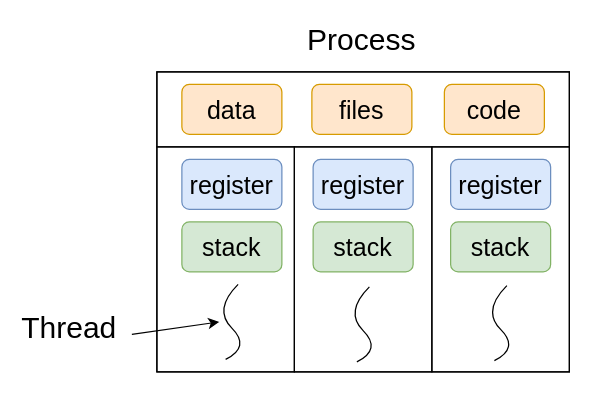
godaai/scale-py-zh keeps this draw.io diagram as drawio/ch-intro/process-thread.drawio. Above is the earlier version. Source tidied: cells renumbered, new cells numbered last; positions are measured from the earlier drawing's top-left corner, leaving out a move shared by most shapes. Both pictures are drawn from the tidied source at 125%, with x=0, y=0 at pixel (31, 21).
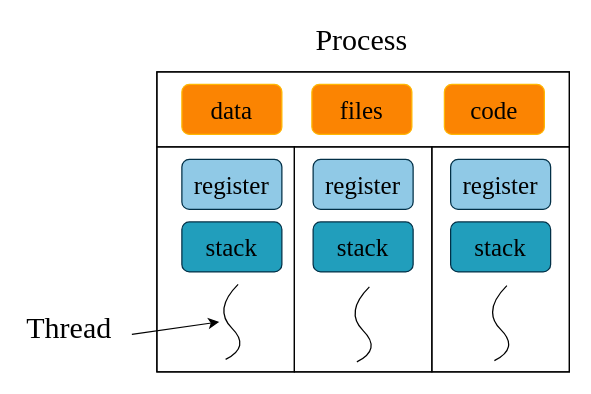
The same page after the edit.

Change to the diagram source:
```diff
@@
-    <mxCell id="2" style="rounded=0;whiteSpace=wrap;html=1;fontSize=18;fillColor=none;" parent="1" vertex="1">
+    <mxCell id="2" style="rounded=0;whiteSpace=wrap;html=1;fontSize=18;fillColor=none;fontFamily=Times New Roman;" parent="1" vertex="1">
       <mxGeometry x="320" y="100" width="110" height="180" as="geometry" />
     </mxCell>
-    <mxCell id="3" style="rounded=0;whiteSpace=wrap;html=1;fontSize=18;fillColor=none;" parent="1" vertex="1">
+    <mxCell id="3" style="rounded=0;whiteSpace=wrap;html=1;fontSize=18;fillColor=none;fontFamily=Times New Roman;" parent="1" vertex="1">
       <mxGeometry x="100" y="100" width="110" height="180" as="geometry" />
     </mxCell>
-    <mxCell id="4" style="rounded=0;whiteSpace=wrap;html=1;fillColor=none;" parent="1" vertex="1">
+    <mxCell id="4" style="rounded=0;whiteSpace=wrap;html=1;fillColor=none;fontFamily=Times New Roman;" parent="1" vertex="1">
       <mxGeometry x="100" y="40" width="330" height="240" as="geometry" />
     </mxCell>
-    <mxCell id="5" style="rounded=0;whiteSpace=wrap;html=1;fillColor=none;" parent="1" vertex="1">
+    <mxCell id="5" style="rounded=0;whiteSpace=wrap;html=1;fillColor=none;fontFamily=Times New Roman;" parent="1" vertex="1">
       <mxGeometry x="100" y="40" width="330" height="60" as="geometry" />
     </mxCell>
-    <mxCell id="6" value="data" style="rounded=1;whiteSpace=wrap;html=1;fillColor=#ffe6cc;strokeColor=#d79b00;fontSize=20;" parent="1" vertex="1">
+    <mxCell id="6" value="data" style="rounded=1;whiteSpace=wrap;html=1;fillColor=#FB8402;strokeColor=#FFB703;fontSize=20;fontFamily=Times New Roman;" parent="1" vertex="1">
       <mxGeometry x="120" y="50" width="80" height="40" as="geometry" />
     </mxCell>
-    <mxCell id="7" value="files" style="rounded=1;whiteSpace=wrap;html=1;fillColor=#ffe6cc;strokeColor=#d79b00;fontSize=20;" parent="1" vertex="1">
+    <mxCell id="7" value="files" style="rounded=1;whiteSpace=wrap;html=1;fillColor=#FB8402;strokeColor=#FFB703;fontSize=20;fontFamily=Times New Roman;" parent="1" vertex="1">
       <mxGeometry x="224" y="50" width="80" height="40" as="geometry" />
     </mxCell>
-    <mxCell id="8" style="curved=1;endArrow=none;html=1;rounded=0;fontSize=18;endFill=0;" parent="1" edge="1">
+    <mxCell id="8" style="curved=1;endArrow=none;html=1;rounded=0;fontSize=18;endFill=0;fontFamily=Times New Roman;" parent="1" edge="1">
       <mxGeometry x="0.7" y="-14" relative="1" as="geometry">
         <mxPoint x="155" y="270" as="sourcePoint" />
         <mxPoint x="165" y="210" as="targetPoint" />
         <Array as="points">
           <mxPoint x="175" y="260" />
           <mxPoint x="145" y="230" />
         </Array>
       </mxGeometry>
     </mxCell>
-    <mxCell id="9" value="code" style="rounded=1;whiteSpace=wrap;html=1;fillColor=#ffe6cc;strokeColor=#d79b00;fontSize=20;" parent="1" vertex="1">
+    <mxCell id="9" value="code" style="rounded=1;whiteSpace=wrap;html=1;fillColor=#FB8402;strokeColor=#FFB703;fontSize=20;fontFamily=Times New Roman;" parent="1" vertex="1">
       <mxGeometry x="330" y="50" width="80" height="40" as="geometry" />
     </mxCell>
-    <mxCell id="10" style="rounded=0;whiteSpace=wrap;html=1;fontSize=18;fillColor=none;" parent="1" vertex="1">
+    <mxCell id="10" style="rounded=0;whiteSpace=wrap;html=1;fontSize=18;fillColor=none;fontFamily=Times New Roman;" parent="1" vertex="1">
       <mxGeometry x="210" y="100" width="110" height="180" as="geometry" />
     </mxCell>
-    <mxCell id="11" style="curved=1;endArrow=none;html=1;rounded=0;fontSize=18;endFill=0;" parent="1" edge="1">
+    <mxCell id="11" style="curved=1;endArrow=none;html=1;rounded=0;fontSize=18;endFill=0;fontFamily=Times New Roman;" parent="1" edge="1">
       <mxGeometry x="0.59" y="-6" relative="1" as="geometry">
         <mxPoint x="260" y="272" as="sourcePoint" />
         <mxPoint x="270" y="212" as="targetPoint" />
         <Array as="points">
           <mxPoint x="280" y="262" />
           <mxPoint x="250" y="232" />
         </Array>
       </mxGeometry>
     </mxCell>
-    <mxCell id="12" style="curved=1;endArrow=none;html=1;rounded=0;fontSize=18;endFill=0;" parent="1" edge="1">
+    <mxCell id="12" style="curved=1;endArrow=none;html=1;rounded=0;fontSize=18;endFill=0;fontFamily=Times New Roman;" parent="1" edge="1">
       <mxGeometry x="0.77" y="-18" relative="1" as="geometry">
         <mxPoint x="370" y="271" as="sourcePoint" />
         <mxPoint x="380" y="211" as="targetPoint" />
         <Array as="points">
           <mxPoint x="390" y="261" />
           <mxPoint x="360" y="231" />
         </Array>
       </mxGeometry>
     </mxCell>
-    <mxCell id="13" value="register" style="rounded=1;whiteSpace=wrap;html=1;fontSize=20;fillColor=#dae8fc;strokeColor=#6c8ebf;" parent="1" vertex="1">
+    <mxCell id="13" value="register" style="rounded=1;whiteSpace=wrap;html=1;fontSize=20;fillColor=#90C9E6;strokeColor=#023047;fontFamily=Times New Roman;" parent="1" vertex="1">
       <mxGeometry x="120" y="110" width="80" height="40" as="geometry" />
     </mxCell>
-    <mxCell id="14" value="register" style="rounded=1;whiteSpace=wrap;html=1;fontSize=20;fillColor=#dae8fc;strokeColor=#6c8ebf;" parent="1" vertex="1">
+    <mxCell id="14" value="register" style="rounded=1;whiteSpace=wrap;html=1;fontSize=20;fillColor=#90C9E6;strokeColor=#023047;fontFamily=Times New Roman;" parent="1" vertex="1">
       <mxGeometry x="225" y="110" width="80" height="40" as="geometry" />
     </mxCell>
-    <mxCell id="15" value="register" style="rounded=1;whiteSpace=wrap;html=1;fontSize=20;fillColor=#dae8fc;strokeColor=#6c8ebf;" parent="1" vertex="1">
+    <mxCell id="15" value="register" style="rounded=1;whiteSpace=wrap;html=1;fontSize=20;fillColor=#90C9E6;strokeColor=#023047;fontFamily=Times New Roman;" parent="1" vertex="1">
       <mxGeometry x="335" y="110" width="80" height="40" as="geometry" />
     </mxCell>
-    <mxCell id="16" value="stack" style="rounded=1;whiteSpace=wrap;html=1;fontSize=20;fillColor=#d5e8d4;strokeColor=#82b366;" parent="1" vertex="1">
+    <mxCell id="16" value="stack" style="rounded=1;whiteSpace=wrap;html=1;fontSize=20;fillColor=#219EBC;strokeColor=#023047;fontFamily=Times New Roman;" parent="1" vertex="1">
       <mxGeometry x="120" y="160" width="80" height="40" as="geometry" />
     </mxCell>
-    <mxCell id="17" value="stack" style="rounded=1;whiteSpace=wrap;html=1;fontSize=20;fillColor=#d5e8d4;strokeColor=#82b366;" parent="1" vertex="1">
+    <mxCell id="17" value="stack" style="rounded=1;whiteSpace=wrap;html=1;fontSize=20;fillColor=#219EBC;strokeColor=#023047;fontFamily=Times New Roman;" parent="1" vertex="1">
       <mxGeometry x="225" y="160" width="80" height="40" as="geometry" />
     </mxCell>
-    <mxCell id="18" value="stack" style="rounded=1;whiteSpace=wrap;html=1;fontSize=20;fillColor=#d5e8d4;strokeColor=#82b366;" parent="1" vertex="1">
+    <mxCell id="18" value="stack" style="rounded=1;whiteSpace=wrap;html=1;fontSize=20;fillColor=#219EBC;strokeColor=#023047;fontFamily=Times New Roman;" parent="1" vertex="1">
       <mxGeometry x="335" y="160" width="80" height="40" as="geometry" />
     </mxCell>
-    <mxCell id="19" style="endArrow=classic;html=1;rounded=0;fontSize=18;" parent="1" edge="1">
+    <mxCell id="19" style="endArrow=classic;html=1;rounded=0;fontSize=18;fontFamily=Times New Roman;" parent="1" edge="1">
       <mxGeometry relative="1" as="geometry">
         <mxPoint x="80" y="250" as="sourcePoint" />
         <mxPoint x="150" y="240" as="targetPoint" />
       </mxGeometry>
     </mxCell>
-    <mxCell id="20" value="Thread" style="text;html=1;strokeColor=none;fillColor=none;align=center;verticalAlign=middle;whiteSpace=wrap;rounded=0;fontSize=24;" parent="1" vertex="1">
+    <mxCell id="20" value="Thread" style="text;html=1;strokeColor=none;fillColor=none;align=center;verticalAlign=middle;whiteSpace=wrap;rounded=0;fontSize=24;fontFamily=Times New Roman;" parent="1" vertex="1">
       <mxGeometry y="230" width="60" height="30" as="geometry" />
     </mxCell>
-    <mxCell id="21" value="Process" style="text;html=1;strokeColor=none;fillColor=none;align=center;verticalAlign=middle;whiteSpace=wrap;rounded=0;fontSize=24;" parent="1" vertex="1">
+    <mxCell id="21" value="Process" style="text;html=1;strokeColor=none;fillColor=none;align=center;verticalAlign=middle;whiteSpace=wrap;rounded=0;fontSize=24;fontFamily=Times New Roman;" parent="1" vertex="1">
       <mxGeometry x="234" width="60" height="30" as="geometry" />
     </mxCell>
```
